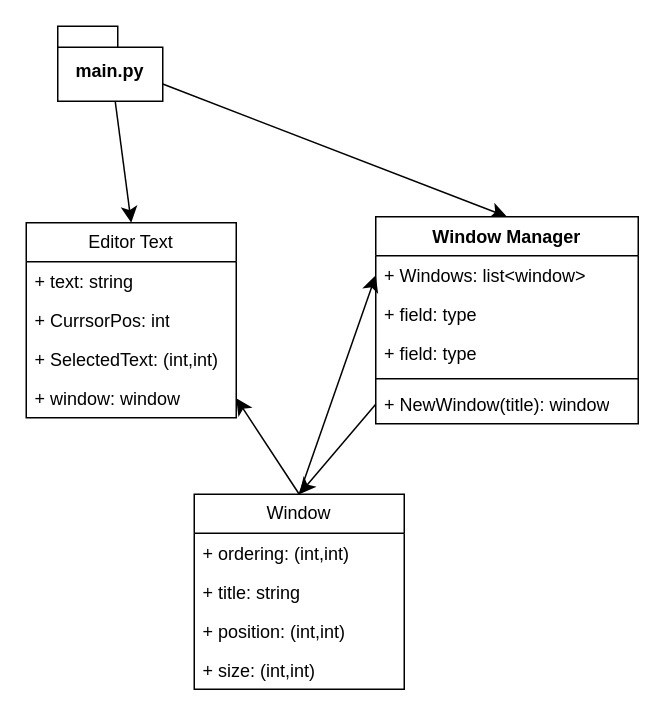
jemrules/English-IDE keeps this draw.io diagram as readmeAssets/classdiagram.drawio. Above is the earlier version. Source tidied: cells renumbered, new cells numbered last; positions are measured from the earlier drawing's top-left corner, leaving out a move shared by most shapes. Both pictures are drawn from the tidied source at 150%, with x=0, y=0 at pixel (26, 26).
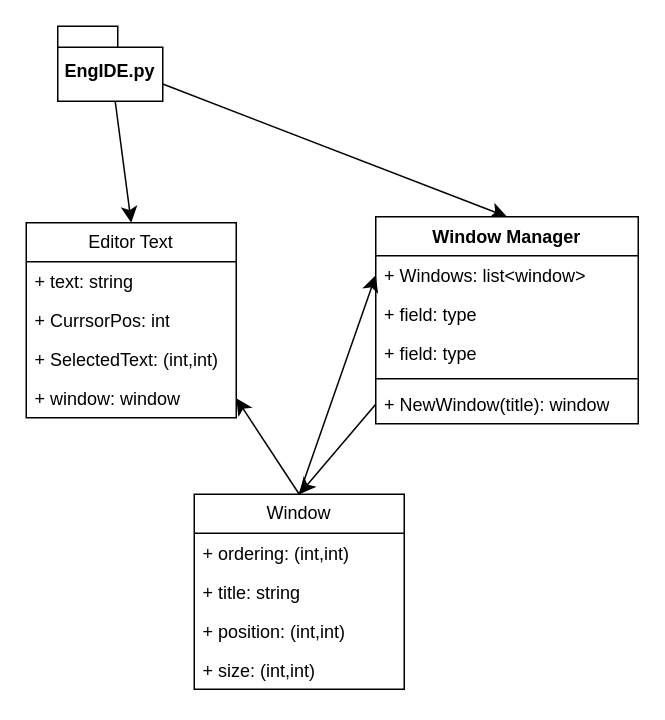
Above is the later version.

Commit message (it also covers changes not shown here):
class diagram rename

Diff of the diagram source:
```diff
@@
-    <mxCell id="4" value="main.py" style="shape=folder;fontStyle=1;spacingTop=10;tabWidth=40;tabHeight=14;tabPosition=left;html=1;whiteSpace=wrap;" parent="1" vertex="1">
+    <mxCell id="4" value="EngIDE.py" style="shape=folder;fontStyle=1;spacingTop=10;tabWidth=40;tabHeight=14;tabPosition=left;html=1;whiteSpace=wrap;" parent="1" vertex="1">
       <mxGeometry x="21" width="70" height="50" as="geometry" />
     </mxCell>
```
